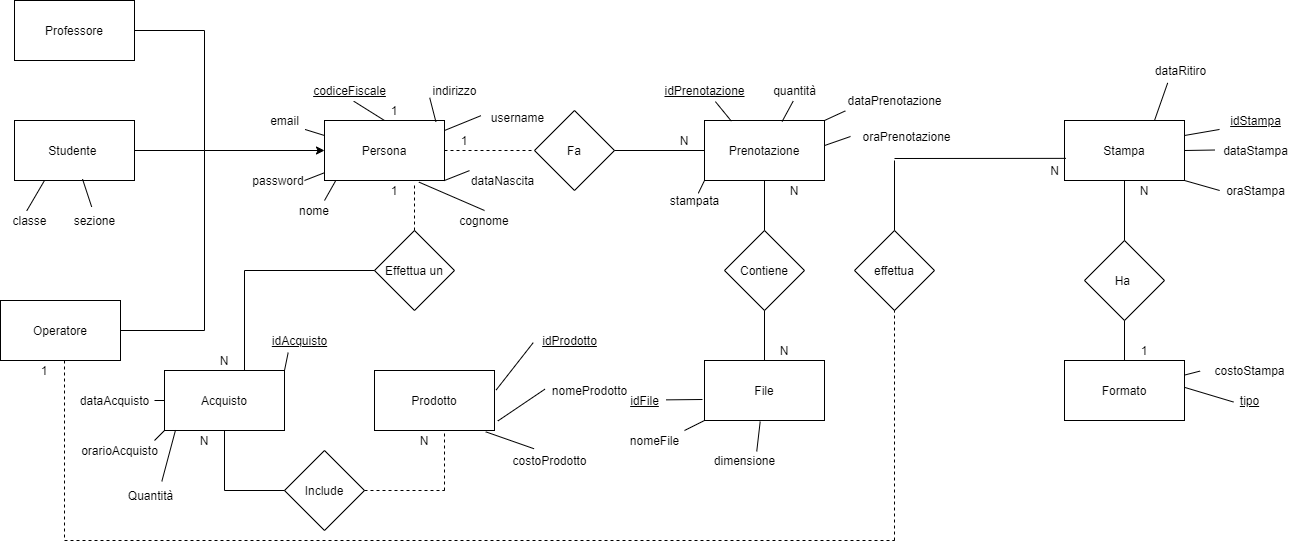
Above: Documentazione/Progettazione/ER.png in Depog/ProgettoInformatica (draw.io), before the change. Source tidied: cells renumbered, new cells last; positions are measured from the earlier drawing's top-left corner, leaving out a move shared by most shapes.
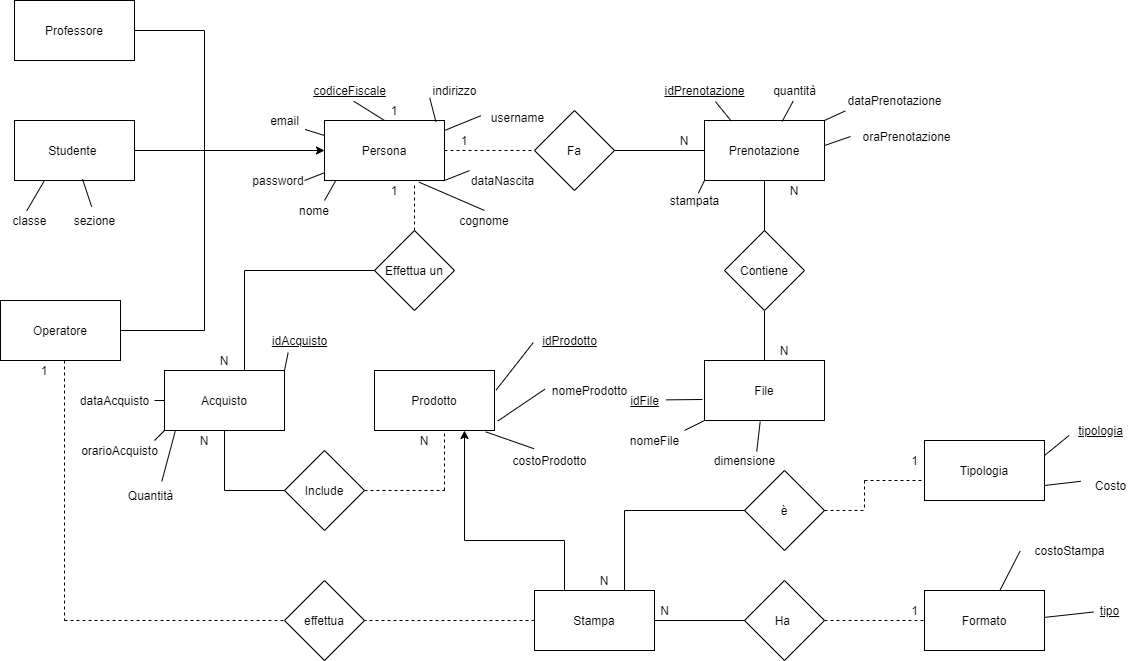
After the change.

The edit, as a diff of the source:
```diff
@@ -15,7 +15,7 @@
       <mxGeometry relative="1" as="geometry" />
     </mxCell>
     <mxCell id="6" value="effettua" style="rhombus;whiteSpace=wrap;html=1;" parent="1" vertex="1">
-      <mxGeometry x="854" y="230" width="80" height="80" as="geometry" />
+      <mxGeometry x="284" y="580" width="80" height="80" as="geometry" />
     </mxCell>
     <mxCell id="7" value="N" style="text;html=1;strokeColor=none;fillColor=none;align=center;verticalAlign=middle;whiteSpace=wrap;rounded=0;" parent="1" vertex="1">
       <mxGeometry x="764" y="340" width="40" height="20" as="geometry" />
@@ -24,28 +24,16 @@
       <mxGeometry x="774" y="180" width="40" height="20" as="geometry" />
     </mxCell>
     <mxCell id="9" value="Ha&amp;nbsp;" style="rhombus;whiteSpace=wrap;html=1;" parent="1" vertex="1">
-      <mxGeometry x="1084" y="240" width="80" height="80" as="geometry" />
+      <mxGeometry x="744" y="580" width="80" height="80" as="geometry" />
     </mxCell>
     <mxCell id="10" value="Formato" style="rounded=0;whiteSpace=wrap;html=1;" parent="1" vertex="1">
-      <mxGeometry x="1064" y="360" width="120" height="60" as="geometry" />
+      <mxGeometry x="924" y="590" width="120" height="60" as="geometry" />
     </mxCell>
-    <mxCell id="11" style="endArrow=none;html=1;entryX=0.5;entryY=1;entryDx=0;entryDy=0;exitX=0.5;exitY=0;exitDx=0;exitDy=0;" parent="1" edge="1" source="10" target="9">
-      <mxGeometry relative="1" as="geometry" />
-    </mxCell>
     <mxCell id="12" value="Stampa" style="rounded=0;whiteSpace=wrap;html=1;" parent="1" vertex="1">
-      <mxGeometry x="1064" y="120" width="120" height="60" as="geometry" />
+      <mxGeometry x="534" y="590" width="120" height="60" as="geometry" />
     </mxCell>
-    <mxCell id="13" value="N" style="text;html=1;strokeColor=none;fillColor=none;align=center;verticalAlign=middle;whiteSpace=wrap;rounded=0;" parent="1" vertex="1">
-      <mxGeometry x="1124" y="180" width="40" height="20" as="geometry" />
-    </mxCell>
-    <mxCell id="14" style="endArrow=none;html=1;entryX=0.5;entryY=1;entryDx=0;entryDy=0;exitX=0.5;exitY=0;exitDx=0;exitDy=0;" parent="1" edge="1" source="9" target="12">
-      <mxGeometry relative="1" as="geometry" />
-    </mxCell>
-    <mxCell id="15" value="1" style="text;html=1;strokeColor=none;fillColor=none;align=center;verticalAlign=middle;whiteSpace=wrap;rounded=0;" parent="1" vertex="1">
-      <mxGeometry x="1124" y="340" width="40" height="20" as="geometry" />
-    </mxCell>
     <mxCell id="16" value="costoStampa" style="text;html=1;align=center;verticalAlign=middle;points=[];" parent="1" vertex="1">
-      <mxGeometry x="1204" y="360" width="90" height="20" as="geometry" />
+      <mxGeometry x="1024" y="540" width="90" height="20" as="geometry" />
     </mxCell>
     <mxCell id="17" style="endArrow=none;html=1;entryX=-0.049;entryY=0.529;entryDx=0;entryDy=0;entryPerimeter=0;" parent="1" edge="1" source="10" target="16">
       <mxGeometry relative="1" as="geometry" />
@@ -192,40 +180,16 @@
     <mxCell id="61" style="endArrow=none;dashed=1;html=1;exitX=0.5;exitY=1;exitDx=0;exitDy=0;" parent="1" edge="1">
       <mxGeometry relative="1" as="geometry">
         <mxPoint x="64" y="360" as="sourcePoint" />
-        <mxPoint x="64" y="540" as="targetPoint" />
+        <mxPoint x="64" y="620" as="targetPoint" />
       </mxGeometry>
     </mxCell>
-    <mxCell id="62" style="endArrow=none;dashed=1;html=1;" parent="1" edge="1">
+    <mxCell id="62" style="endArrow=none;dashed=1;html=1;entryX=0;entryY=0.5;entryDx=0;entryDy=0;" parent="1" edge="1" target="6">
       <mxGeometry relative="1" as="geometry">
-        <mxPoint x="64" y="540" as="sourcePoint" />
-        <mxPoint x="894" y="540" as="targetPoint" />
+        <mxPoint x="64" y="620" as="sourcePoint" />
       </mxGeometry>
     </mxCell>
-    <mxCell id="63" style="endArrow=none;dashed=1;html=1;entryX=0.5;entryY=1;entryDx=0;entryDy=0;" parent="1" edge="1" target="6">
-      <mxGeometry relative="1" as="geometry">
-        <mxPoint x="894" y="540" as="sourcePoint" />
-      </mxGeometry>
-    </mxCell>
-    <mxCell id="64" value="&lt;u&gt;idStampa&lt;/u&gt;" style="text;html=1;align=center;verticalAlign=middle;points=[];" parent="1" vertex="1">
-      <mxGeometry x="1220" y="110" width="70" height="20" as="geometry" />
-    </mxCell>
-    <mxCell id="65" value="oraStampa" style="text;html=1;align=center;verticalAlign=middle;points=[];" parent="1" vertex="1">
-      <mxGeometry x="1220" y="180" width="70" height="20" as="geometry" />
-    </mxCell>
-    <mxCell id="66" value="dataStampa" style="text;html=1;align=center;verticalAlign=middle;points=[];" parent="1" vertex="1">
-      <mxGeometry x="1215" y="140" width="80" height="20" as="geometry" />
-    </mxCell>
-    <mxCell id="67" style="endArrow=none;html=1;entryX=-0.014;entryY=0.948;entryDx=0;entryDy=0;entryPerimeter=0;exitX=1;exitY=0.25;exitDx=0;exitDy=0;" parent="1" edge="1" source="12" target="64">
-      <mxGeometry relative="1" as="geometry" />
-    </mxCell>
-    <mxCell id="68" style="endArrow=none;html=1;entryX=1;entryY=0.5;entryDx=0;entryDy=0;exitX=-0.01;exitY=0.476;exitDx=0;exitDy=0;exitPerimeter=0;" parent="1" edge="1" source="66" target="12">
-      <mxGeometry relative="1" as="geometry" />
-    </mxCell>
-    <mxCell id="69" style="endArrow=none;html=1;entryX=1;entryY=1;entryDx=0;entryDy=0;exitX=-0.012;exitY=0.5;exitDx=0;exitDy=0;exitPerimeter=0;" parent="1" edge="1" source="65" target="12">
-      <mxGeometry relative="1" as="geometry" />
-    </mxCell>
     <mxCell id="70" value="&lt;u&gt;tipo&lt;/u&gt;" style="text;html=1;align=center;verticalAlign=middle;points=[];" parent="1" vertex="1">
-      <mxGeometry x="1234" y="390" width="30" height="20" as="geometry" />
+      <mxGeometry x="1094" y="600" width="30" height="20" as="geometry" />
     </mxCell>
     <mxCell id="71" style="endArrow=none;html=1;entryX=-0.035;entryY=0.576;entryDx=0;entryDy=0;entryPerimeter=0;exitX=1.001;exitY=0.448;exitDx=0;exitDy=0;exitPerimeter=0;" parent="1" edge="1" source="10" target="70">
       <mxGeometry relative="1" as="geometry" />
@@ -270,9 +234,6 @@
     <mxCell id="82" value="Operatore" style="rounded=0;whiteSpace=wrap;html=1;" parent="1" vertex="1">
       <mxGeometry y="300" width="120" height="60" as="geometry" />
     </mxCell>
-    <mxCell id="83" value="N" style="text;html=1;align=center;verticalAlign=middle;" parent="1" vertex="1">
-      <mxGeometry x="1044" y="160" width="20" height="20" as="geometry" />
-    </mxCell>
     <mxCell id="84" style="endArrow=none;html=1;" parent="1" edge="1">
       <mxGeometry relative="1" as="geometry">
         <mxPoint x="204" y="330" as="sourcePoint" />
@@ -290,16 +251,6 @@
     <mxCell id="87" value="indirizzo" style="text;html=1;align=center;verticalAlign=middle;points=[];" parent="1" vertex="1">
       <mxGeometry x="424" y="80" width="60" height="20" as="geometry" />
     </mxCell>
-    <mxCell id="88" style="endArrow=none;html=1;entryX=0.012;entryY=0.631;entryDx=0;entryDy=0;entryPerimeter=0;" parent="1" edge="1" target="12">
-      <mxGeometry relative="1" as="geometry">
-        <mxPoint x="894" y="158" as="sourcePoint" />
-      </mxGeometry>
-    </mxCell>
-    <mxCell id="89" style="endArrow=none;html=1;exitX=0.5;exitY=0;exitDx=0;exitDy=0;" parent="1" edge="1" source="6">
-      <mxGeometry relative="1" as="geometry">
-        <mxPoint x="894" y="160" as="targetPoint" />
-      </mxGeometry>
-    </mxCell>
     <mxCell id="90" style="endArrow=none;html=1;entryX=0.087;entryY=0.863;entryDx=0;entryDy=0;entryPerimeter=0;exitX=0.928;exitY=0.019;exitDx=0;exitDy=0;exitPerimeter=0;" parent="1" edge="1" source="18" target="87">
       <mxGeometry relative="1" as="geometry" />
     </mxCell>
@@ -386,17 +337,95 @@
         <mxPoint x="444" y="490" as="targetPoint" />
       </mxGeometry>
     </mxCell>
-    <mxCell id="113" value="dataRitiro" style="text;html=1;align=center;verticalAlign=middle;points=[];" parent="1" vertex="1">
-      <mxGeometry x="1145" y="60" width="70" height="20" as="geometry" />
-    </mxCell>
-    <mxCell id="114" style="endArrow=none;html=1;entryX=0.75;entryY=0;entryDx=0;entryDy=0;exitX=0.317;exitY=1.12;exitDx=0;exitDy=0;exitPerimeter=0;" parent="1" edge="1" source="113" target="12">
-      <mxGeometry relative="1" as="geometry" />
-    </mxCell>
     <mxCell id="115" value="&lt;u&gt;codiceFiscale&lt;/u&gt;" style="text;html=1;align=center;verticalAlign=middle;" parent="1" vertex="1">
       <mxGeometry x="304" y="80" width="90" height="20" as="geometry" />
     </mxCell>
     <mxCell id="116" style="endArrow=none;html=1;entryX=0.5;entryY=1;entryDx=0;entryDy=0;exitX=0.5;exitY=0;exitDx=0;exitDy=0;" parent="1" edge="1" source="3" target="2">
       <mxGeometry relative="1" as="geometry" />
     </mxCell>
+    <mxCell id="117" value="è" style="rhombus;whiteSpace=wrap;html=1;" parent="1" vertex="1">
+      <mxGeometry x="744" y="470" width="80" height="80" as="geometry" />
+    </mxCell>
+    <mxCell id="118" value="Tipologia" style="rounded=0;whiteSpace=wrap;html=1;" parent="1" vertex="1">
+      <mxGeometry x="924" y="440" width="120" height="60" as="geometry" />
+    </mxCell>
+    <mxCell id="119" value="&lt;u&gt;tipologia&lt;br&gt;&lt;/u&gt;" style="text;html=1;align=center;verticalAlign=middle;points=[];" parent="1" vertex="1">
+      <mxGeometry x="1070" y="420" width="60" height="20" as="geometry" />
+    </mxCell>
+    <mxCell id="120" value="Costo" style="text;html=1;align=center;verticalAlign=middle;points=[];" parent="1" vertex="1">
+      <mxGeometry x="1085" y="475" width="50" height="20" as="geometry" />
+    </mxCell>
+    <mxCell id="121" style="endArrow=none;html=1;entryX=-0.096;entryY=0.29;entryDx=0;entryDy=0;entryPerimeter=0;exitX=1;exitY=0.75;exitDx=0;exitDy=0;" parent="1" edge="1" source="118" target="120">
+      <mxGeometry relative="1" as="geometry" />
+    </mxCell>
+    <mxCell id="122" style="endArrow=none;html=1;entryX=-0.024;entryY=0.75;entryDx=0;entryDy=0;entryPerimeter=0;exitX=1;exitY=0.25;exitDx=0;exitDy=0;" parent="1" edge="1" source="118" target="119">
+      <mxGeometry relative="1" as="geometry" />
+    </mxCell>
+    <mxCell id="123" style="endArrow=none;dashed=1;html=1;entryX=1;entryY=0.5;entryDx=0;entryDy=0;" parent="1" edge="1" target="6">
+      <mxGeometry relative="1" as="geometry">
+        <mxPoint x="534" y="620" as="sourcePoint" />
+      </mxGeometry>
+    </mxCell>
+    <mxCell id="124" style="endArrow=none;html=1;fontFamily=Helvetica;fontSize=11;fontColor=#000000;align=center;strokeColor=#000000;entryX=0.25;entryY=0;entryDx=0;entryDy=0;" parent="1" edge="1" target="12">
+      <mxGeometry relative="1" as="geometry">
+        <mxPoint x="564" y="540" as="sourcePoint" />
+      </mxGeometry>
+    </mxCell>
+    <mxCell id="125" style="endArrow=none;html=1;" parent="1" edge="1">
+      <mxGeometry relative="1" as="geometry">
+        <mxPoint x="464" y="540" as="sourcePoint" />
+        <mxPoint x="564" y="540" as="targetPoint" />
+      </mxGeometry>
+    </mxCell>
+    <mxCell id="126" style="endArrow=classic;html=1;entryX=0.75;entryY=1;entryDx=0;entryDy=0;" parent="1" edge="1" target="26">
+      <mxGeometry relative="1" as="geometry">
+        <mxPoint x="464" y="540" as="sourcePoint" />
+      </mxGeometry>
+    </mxCell>
+    <mxCell id="127" style="endArrow=none;html=1;entryX=0;entryY=0.5;entryDx=0;entryDy=0;exitX=1;exitY=0.5;exitDx=0;exitDy=0;" parent="1" edge="1" source="12" target="9">
+      <mxGeometry relative="1" as="geometry" />
+    </mxCell>
+    <mxCell id="128" style="endArrow=none;dashed=1;html=1;entryX=0;entryY=0.5;entryDx=0;entryDy=0;exitX=1;exitY=0.5;exitDx=0;exitDy=0;" parent="1" edge="1" source="9" target="10">
+      <mxGeometry relative="1" as="geometry" />
+    </mxCell>
+    <mxCell id="129" value="1" style="text;html=1;align=center;verticalAlign=middle;" parent="1" vertex="1">
+      <mxGeometry x="904" y="600" width="20" height="20" as="geometry" />
+    </mxCell>
+    <mxCell id="83" value="N" style="text;html=1;align=center;verticalAlign=middle;" parent="1" vertex="1">
+      <mxGeometry x="654" y="600" width="20" height="20" as="geometry" />
+    </mxCell>
+    <mxCell id="130" style="endArrow=none;html=1;entryX=0;entryY=0.5;entryDx=0;entryDy=0;" parent="1" edge="1" target="117">
+      <mxGeometry relative="1" as="geometry">
+        <mxPoint x="624" y="510" as="sourcePoint" />
+      </mxGeometry>
+    </mxCell>
+    <mxCell id="131" style="endArrow=none;html=1;exitX=0.75;exitY=0;exitDx=0;exitDy=0;" parent="1" edge="1" source="12">
+      <mxGeometry relative="1" as="geometry">
+        <mxPoint x="624" y="510" as="targetPoint" />
+      </mxGeometry>
+    </mxCell>
+    <mxCell id="132" value="1" style="text;html=1;align=center;verticalAlign=middle;" parent="1" vertex="1">
+      <mxGeometry x="904" y="450" width="20" height="20" as="geometry" />
+    </mxCell>
+    <mxCell id="13" value="N" style="text;html=1;strokeColor=none;fillColor=none;align=center;verticalAlign=middle;whiteSpace=wrap;rounded=0;" parent="1" vertex="1">
+      <mxGeometry x="584" y="570" width="40" height="20" as="geometry" />
+    </mxCell>
+    <mxCell id="133" style="endArrow=none;dashed=1;html=1;" parent="1" edge="1" source="117">
+      <mxGeometry relative="1" as="geometry">
+        <mxPoint x="864" y="510" as="targetPoint" />
+      </mxGeometry>
+    </mxCell>
+    <mxCell id="134" style="endArrow=none;dashed=1;html=1;" parent="1" edge="1">
+      <mxGeometry relative="1" as="geometry">
+        <mxPoint x="864" y="480" as="sourcePoint" />
+        <mxPoint x="864" y="510" as="targetPoint" />
+      </mxGeometry>
+    </mxCell>
+    <mxCell id="135" style="endArrow=none;dashed=1;html=1;" parent="1" edge="1">
+      <mxGeometry relative="1" as="geometry">
+        <mxPoint x="864" y="480" as="sourcePoint" />
+        <mxPoint x="924" y="480" as="targetPoint" />
+      </mxGeometry>
+    </mxCell>
   </root>
 </mxGraphModel>
```
